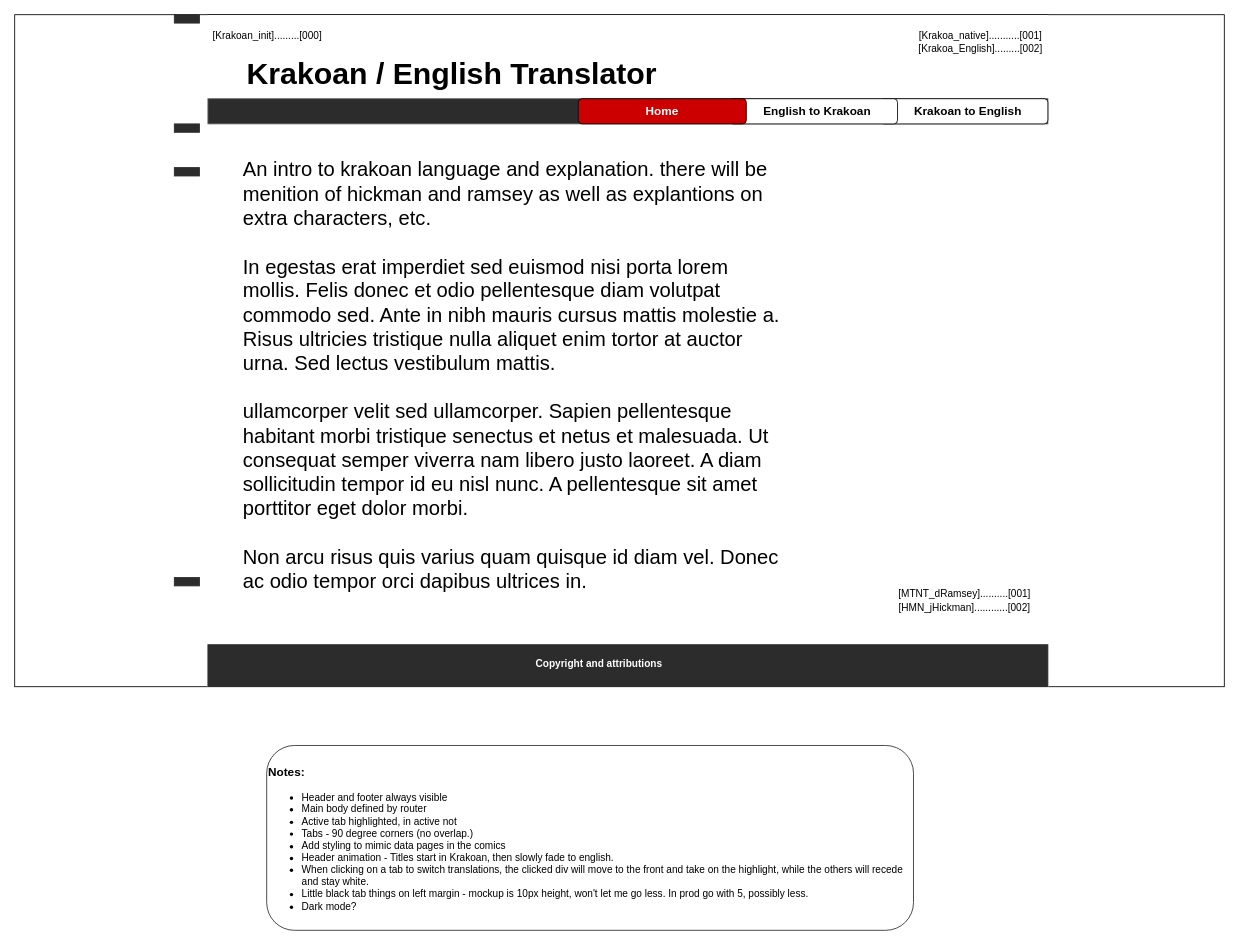
Before: page "K to E" (3 of 3) of mockup-flowchart/mock-up-krakoan-translator.drawio in CaseyPitman/krakoan-translator, a draw.io diagram. Source tidied: cells renumbered, new cells numbered last; positions are measured from the earlier drawing's top-left corner, leaving out a move shared by most shapes. Both pictures are drawn from the tidied source at 84%, with x=0, y=0 at pixel (14, 14). Pictures stored in the file or linked from it are replaced by grey dashed boxes.
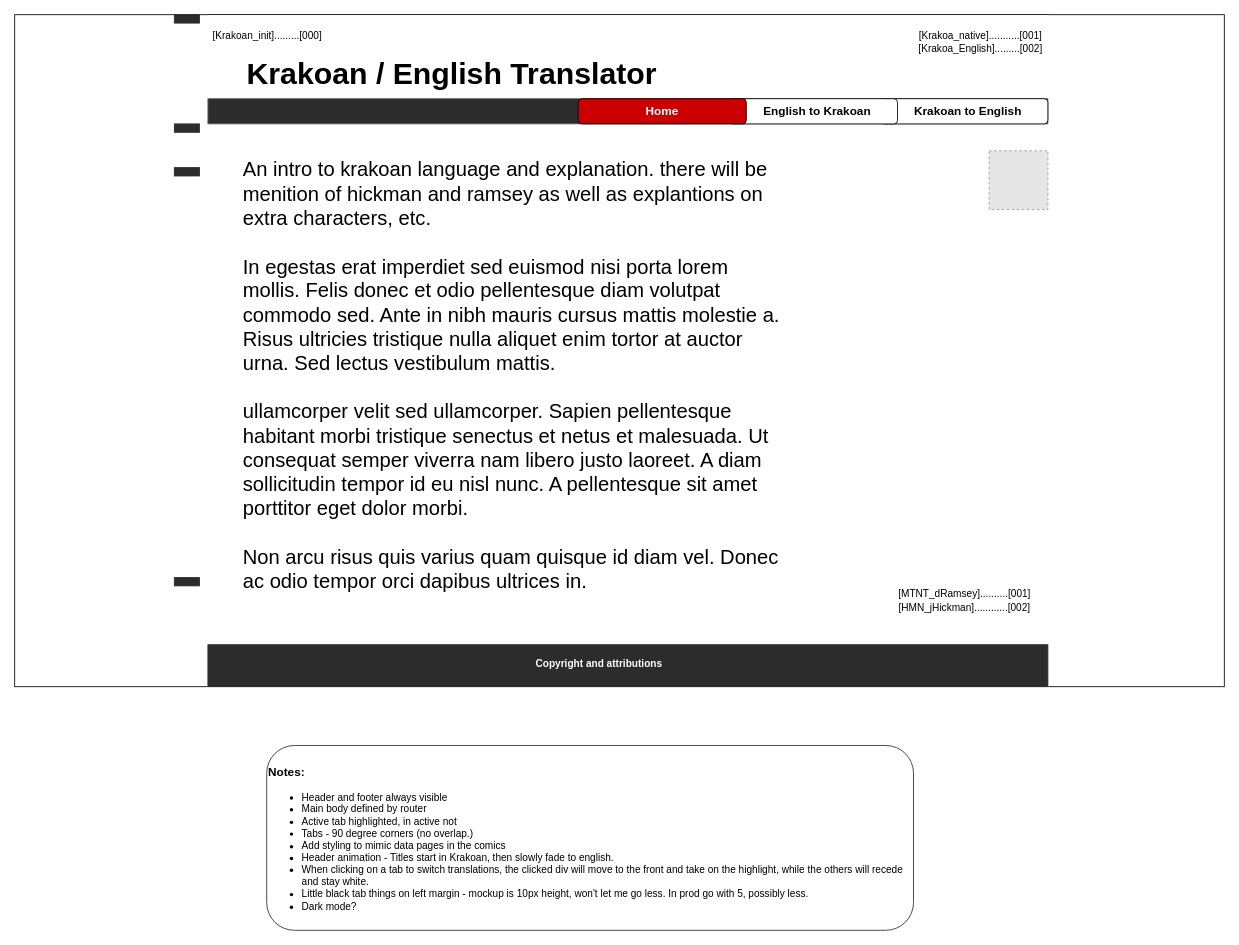
The same diagram, later.

Change to the diagram source:
```diff
@@
+    <mxCell id="30" style="fillColor=#E6E6E6;strokeColor=#999999;dashed=1;verticalLabelPosition=bottom;verticalAlign=top;fontSize=20;fontColor=#000000;align=left;" parent="1" vertex="1">
+      <mxGeometry x="1160" y="162" width="70" height="70" as="geometry" />
+    </mxCell>
```
